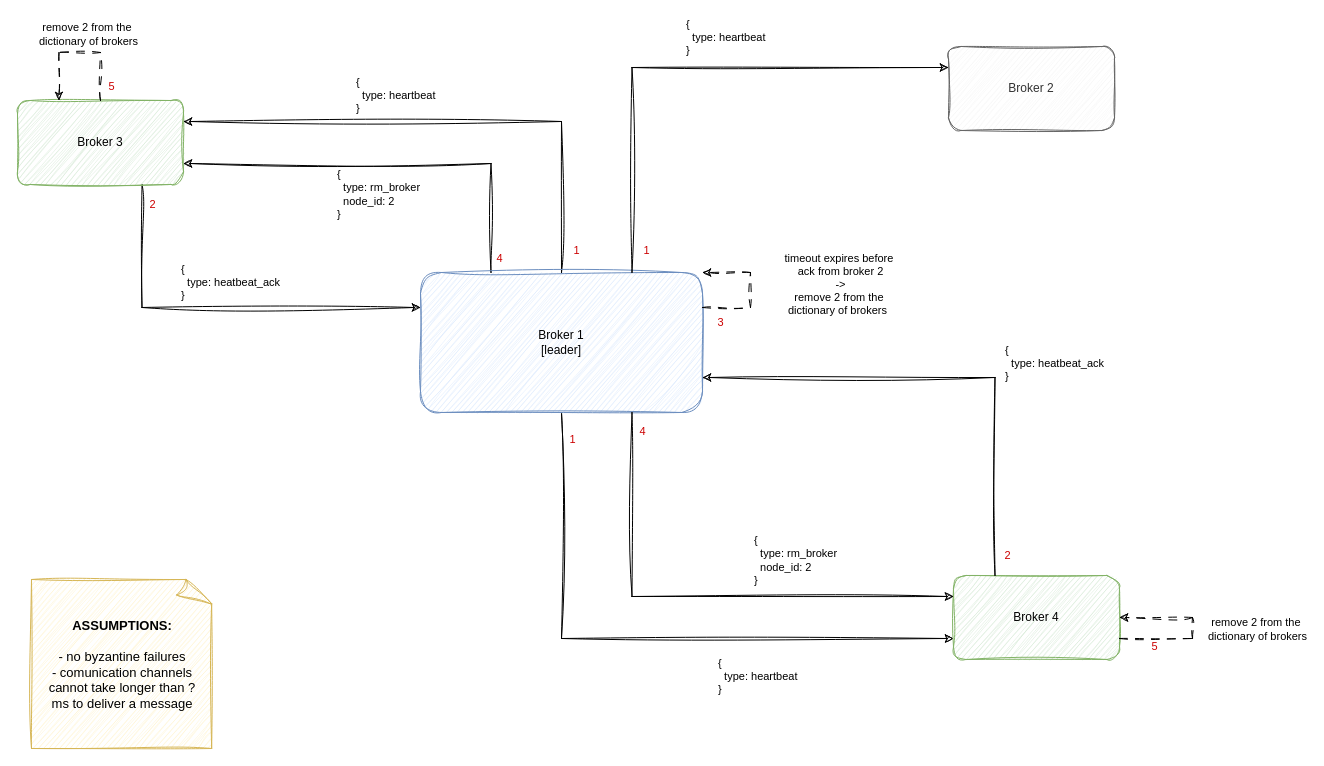
Earlier version of the draw.io diagram page "follower_crash" (3 of 5) of artifacts/DS_Project.drawio (UobinoPino/Reliable-Queuing-System). Source tidied: cells renumbered, new cells numbered last; positions are measured from the earlier drawing's top-left corner, leaving out a move shared by most shapes. Both pictures are drawn from the tidied source at 100%, with x=0, y=0 at pixel (17, 46).
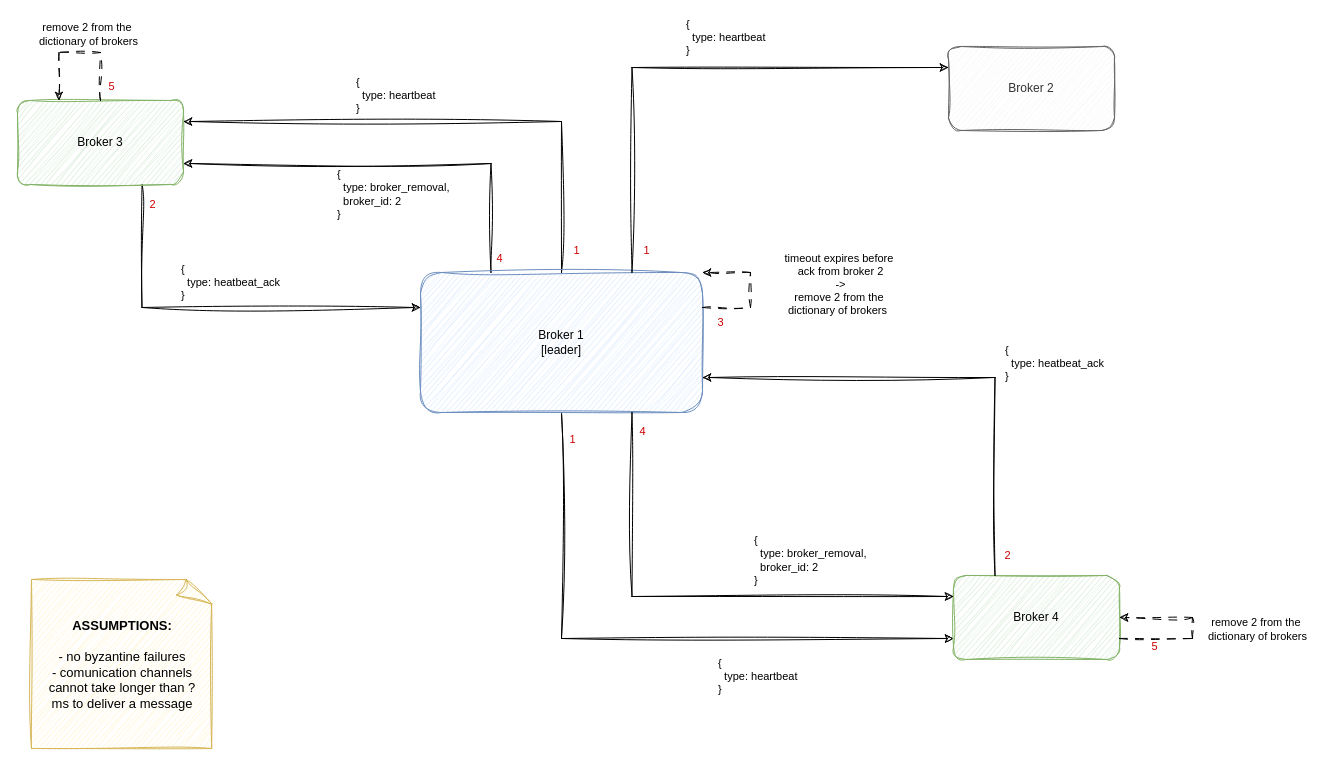
The same diagram, later.

Unchanged cells that the change refers to:
```xml
<mxCell id="12" style="edgeStyle=orthogonalEdgeStyle;shape=connector;rounded=0;sketch=1;jiggle=2;curveFitting=1;jettySize=auto;html=1;exitX=0.25;exitY=0;exitDx=0;exitDy=0;entryX=1;entryY=0.75;entryDx=0;entryDy=0;strokeColor=default;align=left;verticalAlign=middle;fontFamily=Excalifont;fontSize=11;fontColor=default;labelBackgroundColor=default;endArrow=classic;" parent="1" edge="1" source="15" target="5">
  <mxGeometry relative="1" as="geometry" />
</mxCell>
<mxCell id="27" style="edgeStyle=orthogonalEdgeStyle;shape=connector;rounded=0;sketch=1;jiggle=2;curveFitting=1;jettySize=auto;html=1;exitX=0.75;exitY=1;exitDx=0;exitDy=0;entryX=0;entryY=0.25;entryDx=0;entryDy=0;strokeColor=default;align=left;verticalAlign=middle;fontFamily=Excalifont;fontSize=11;fontColor=default;labelBackgroundColor=default;endArrow=classic;" parent="1" edge="1" source="15" target="17">
  <mxGeometry relative="1" as="geometry" />
</mxCell>
```

Change to the diagram source:
```diff
@@
-    <mxCell id="13" value="{&lt;div&gt;&amp;nbsp; type: rm_broker&lt;/div&gt;&lt;div&gt;&amp;nbsp; node_id: 2&lt;/div&gt;&lt;div&gt;}&lt;/div&gt;" style="edgeLabel;html=1;align=left;verticalAlign=middle;rounded=1;sketch=1;jiggle=2;curveFitting=1;strokeColor=default;fontFamily=Excalifont;fontSize=11;fontColor=default;labelBackgroundColor=default;fillColor=default;" parent="12" vertex="1">
+    <mxCell id="13" value="{&lt;div&gt;&amp;nbsp; type: broker_removal,&lt;/div&gt;&lt;div&gt;&amp;nbsp; broker_id: 2&lt;/div&gt;&lt;div&gt;}&lt;/div&gt;" style="edgeLabel;html=1;align=left;verticalAlign=middle;rounded=1;sketch=1;jiggle=2;curveFitting=1;strokeColor=default;fontFamily=Excalifont;fontSize=11;fontColor=default;labelBackgroundColor=default;fillColor=default;" parent="12" vertex="1">
       <mxGeometry x="0.09" y="-2" relative="1" as="geometry">
         <mxPoint x="-38" y="32" as="offset" />
       </mxGeometry>
     </mxCell>
@@
-    <mxCell id="28" value="{&lt;div&gt;&amp;nbsp; type: rm_broker&lt;/div&gt;&lt;div&gt;&amp;nbsp; node_id: 2&lt;/div&gt;&lt;div&gt;}&lt;/div&gt;" style="edgeLabel;html=1;align=left;verticalAlign=middle;rounded=1;sketch=1;jiggle=2;curveFitting=1;strokeColor=default;fontFamily=Excalifont;fontSize=11;fontColor=default;labelBackgroundColor=default;fillColor=default;" parent="27" vertex="1">
+    <mxCell id="28" value="{&lt;div&gt;&amp;nbsp; type: broker_removal,&lt;/div&gt;&lt;div&gt;&amp;nbsp; broker_id: 2&lt;/div&gt;&lt;div&gt;}&lt;/div&gt;" style="edgeLabel;html=1;align=left;verticalAlign=middle;rounded=1;sketch=1;jiggle=2;curveFitting=1;strokeColor=default;fontFamily=Excalifont;fontSize=11;fontColor=default;labelBackgroundColor=default;fillColor=default;" parent="27" vertex="1">
       <mxGeometry x="0.09" y="-2" relative="1" as="geometry">
         <mxPoint x="29" y="-39" as="offset" />
       </mxGeometry>
     </mxCell>
```
